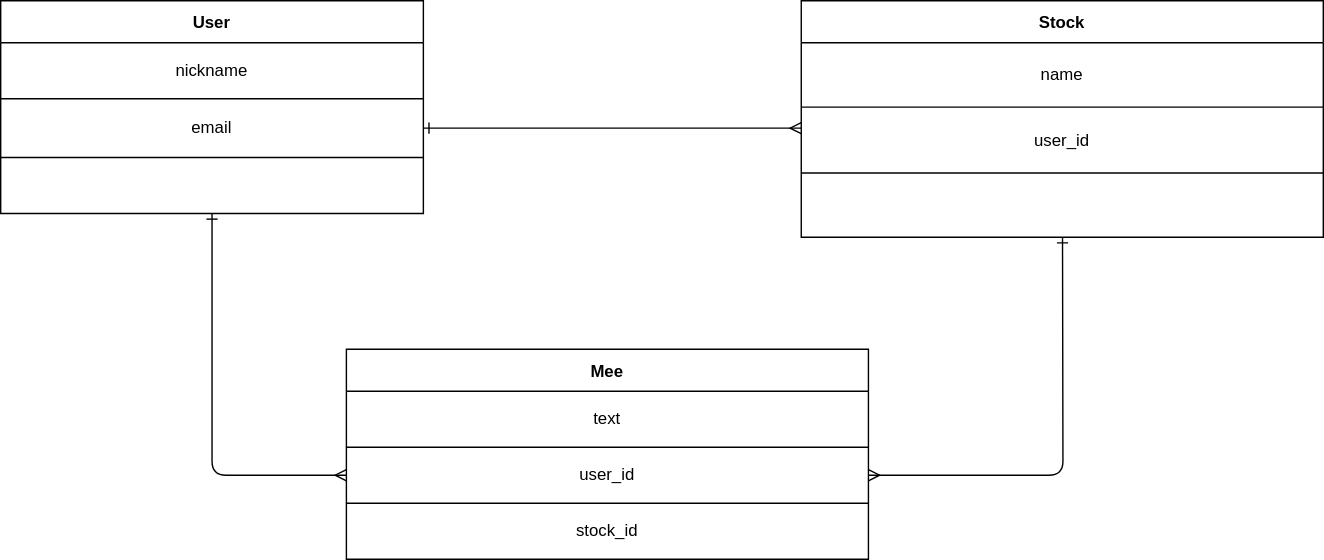
Before: ER図.svg, a diagram exported from draw.io (kijima-line/stome). Source tidied: cells renumbered, new cells last; positions are measured from the earlier drawing's top-left corner, leaving out a move shared by most shapes.
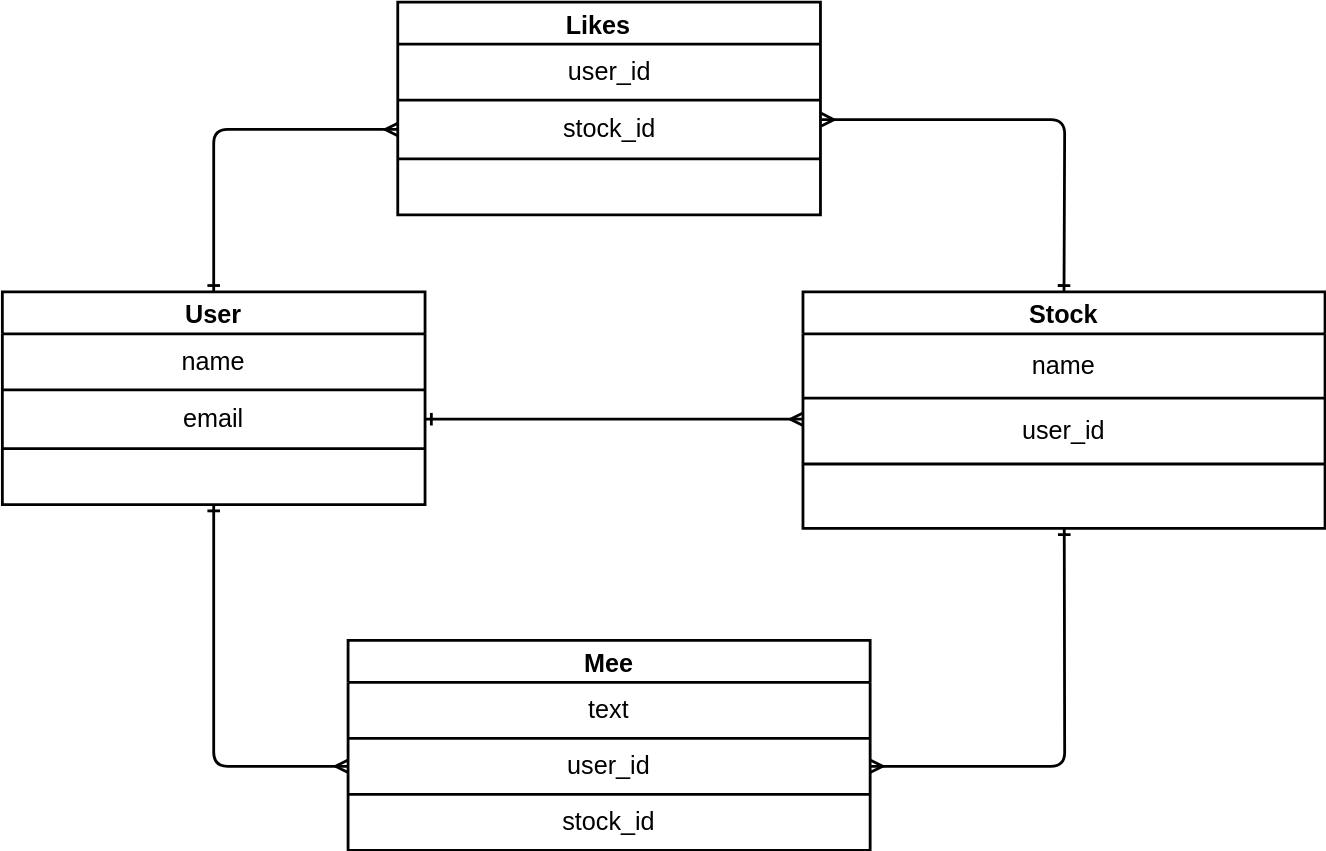
The same diagram one commit later.

What changed in the source:
```diff
@@ -2,85 +2,123 @@
   <root>
     <mxCell id="0" />
     <mxCell id="1" parent="0" />
-    <mxCell id="2" style="edgeStyle=none;html=1;entryX=0;entryY=0.5;entryDx=0;entryDy=0;fontColor=#000000;endArrow=ERmany;endFill=0;strokeColor=#000000;startArrow=ERone;startFill=0;" parent="1" edge="1" source="3" target="21">
+    <mxCell id="2" style="edgeStyle=none;html=1;entryX=0;entryY=0.5;entryDx=0;entryDy=0;fontColor=#000000;endArrow=ERmany;endFill=0;strokeColor=#000000;startArrow=ERone;startFill=0;strokeWidth=2;fontSize=18;" parent="1" edge="1" source="3" target="21">
       <mxGeometry relative="1" as="geometry">
         <Array as="points">
           <mxPoint x="151" y="339" />
         </Array>
       </mxGeometry>
     </mxCell>
-    <mxCell id="3" value="User" style="shape=table;startSize=30;fontStyle=1;align=center;strokeColor=#000000;" parent="1" vertex="1">
+    <mxCell id="3" value="User" style="shape=table;startSize=30;fontStyle=1;align=center;strokeColor=#000000;strokeWidth=2;fontSize=18;" parent="1" vertex="1">
       <mxGeometry width="302" height="152" as="geometry" />
     </mxCell>
-    <mxCell id="4" style="shape=partialRectangle;html=1;whiteSpace=wrap;fillColor=none;top=0;left=0;bottom=0;right=0;" parent="3" vertex="1">
+    <mxCell id="4" style="shape=partialRectangle;html=1;whiteSpace=wrap;fillColor=none;top=0;left=0;bottom=0;right=0;strokeWidth=2;fontSize=18;" parent="3" vertex="1">
       <mxGeometry y="30" width="302" height="40" as="geometry" />
     </mxCell>
-    <mxCell id="5" value="&lt;font color=&quot;#000000&quot;&gt;nickname&lt;/font&gt;" style="shape=partialRectangle;html=1;whiteSpace=wrap;fillColor=none;top=0;left=0;bottom=0;right=0;overflow=hidden;" parent="4" vertex="1">
+    <mxCell id="5" value="&lt;font color=&quot;#000000&quot; style=&quot;font-size: 18px&quot;&gt;name&lt;/font&gt;" style="shape=partialRectangle;html=1;whiteSpace=wrap;fillColor=none;top=0;left=0;bottom=0;right=0;overflow=hidden;strokeWidth=2;fontSize=18;" parent="4" vertex="1">
       <mxGeometry width="302" height="40" as="geometry" />
     </mxCell>
-    <mxCell id="6" style="shape=partialRectangle;html=1;whiteSpace=wrap;fillColor=none;top=0;left=0;bottom=0;right=0;points=[[0,0.5],[1,0.5]];portConstraint=eastwest;" parent="3" vertex="1">
+    <mxCell id="6" style="shape=partialRectangle;html=1;whiteSpace=wrap;fillColor=none;top=0;left=0;bottom=0;right=0;points=[[0,0.5],[1,0.5]];portConstraint=eastwest;strokeWidth=2;fontSize=18;" parent="3" vertex="1">
       <mxGeometry y="70" width="302" height="42" as="geometry" />
     </mxCell>
-    <mxCell id="7" value="&lt;font color=&quot;#000000&quot;&gt;email&lt;/font&gt;" style="shape=partialRectangle;html=1;whiteSpace=wrap;fillColor=none;top=0;left=0;bottom=0;right=0;overflow=hidden;" parent="6" vertex="1">
+    <mxCell id="7" value="&lt;font color=&quot;#000000&quot; style=&quot;font-size: 18px;&quot;&gt;email&lt;/font&gt;" style="shape=partialRectangle;html=1;whiteSpace=wrap;fillColor=none;top=0;left=0;bottom=0;right=0;overflow=hidden;strokeWidth=2;fontSize=18;" parent="6" vertex="1">
       <mxGeometry width="302" height="42" as="geometry" />
     </mxCell>
-    <mxCell id="8" style="shape=partialRectangle;html=1;whiteSpace=wrap;fillColor=none;top=0;left=0;bottom=0;right=0;" parent="3" vertex="1">
+    <mxCell id="8" style="shape=partialRectangle;html=1;whiteSpace=wrap;fillColor=none;top=0;left=0;bottom=0;right=0;strokeWidth=2;fontSize=18;" parent="3" vertex="1">
       <mxGeometry y="112" width="302" height="40" as="geometry" />
     </mxCell>
-    <mxCell id="9" style="shape=partialRectangle;html=1;whiteSpace=wrap;fillColor=none;top=0;left=0;bottom=0;right=0;overflow=hidden;" parent="8" vertex="1">
+    <mxCell id="9" style="shape=partialRectangle;html=1;whiteSpace=wrap;fillColor=none;top=0;left=0;bottom=0;right=0;overflow=hidden;strokeWidth=2;fontSize=18;" parent="8" vertex="1">
       <mxGeometry width="302" height="40" as="geometry" />
     </mxCell>
-    <mxCell id="10" style="edgeStyle=none;html=1;entryX=1;entryY=0.5;entryDx=0;entryDy=0;fontColor=#000000;endArrow=ERmany;endFill=0;strokeColor=#000000;startArrow=ERone;startFill=0;" parent="1" edge="1" source="11" target="21">
+    <mxCell id="10" style="edgeStyle=none;html=1;entryX=1;entryY=0.5;entryDx=0;entryDy=0;fontColor=#000000;endArrow=ERmany;endFill=0;strokeColor=#000000;startArrow=ERone;startFill=0;strokeWidth=2;fontSize=18;" parent="1" edge="1" source="11" target="21">
       <mxGeometry relative="1" as="geometry">
         <Array as="points">
           <mxPoint x="759" y="339" />
         </Array>
       </mxGeometry>
     </mxCell>
+    <mxCell id="26" style="edgeStyle=none;html=1;exitX=0.5;exitY=0;exitDx=0;exitDy=0;entryX=1.012;entryY=0.025;entryDx=0;entryDy=0;entryPerimeter=0;fontSize=18;fontColor=#000000;" parent="1" edge="1" source="11">
+      <mxGeometry relative="1" as="geometry" />
+    </mxCell>
-    <mxCell id="11" value="Stock" style="shape=table;startSize=30;fontStyle=1;align=center;strokeColor=#000000;" parent="1" vertex="1">
+    <mxCell id="11" value="Stock" style="shape=table;startSize=30;fontStyle=1;align=center;strokeColor=#000000;strokeWidth=2;fontSize=18;" parent="1" vertex="1">
       <mxGeometry x="572" width="373" height="169" as="geometry" />
     </mxCell>
-    <mxCell id="12" style="shape=partialRectangle;html=1;whiteSpace=wrap;fillColor=none;top=0;left=0;bottom=0;right=0;" parent="11" vertex="1">
+    <mxCell id="12" style="shape=partialRectangle;html=1;whiteSpace=wrap;fillColor=none;top=0;left=0;bottom=0;right=0;strokeWidth=2;fontSize=18;" parent="11" vertex="1">
       <mxGeometry y="30" width="373" height="46" as="geometry" />
     </mxCell>
-    <mxCell id="13" value="&lt;font color=&quot;#000000&quot;&gt;name&lt;/font&gt;" style="shape=partialRectangle;html=1;whiteSpace=wrap;fillColor=none;top=0;left=0;bottom=0;right=0;overflow=hidden;" parent="12" vertex="1">
+    <mxCell id="13" value="&lt;font color=&quot;#000000&quot; style=&quot;font-size: 18px;&quot;&gt;name&lt;/font&gt;" style="shape=partialRectangle;html=1;whiteSpace=wrap;fillColor=none;top=0;left=0;bottom=0;right=0;overflow=hidden;strokeWidth=2;fontSize=18;" parent="12" vertex="1">
       <mxGeometry width="373" height="46" as="geometry" />
     </mxCell>
-    <mxCell id="14" style="shape=partialRectangle;html=1;whiteSpace=wrap;fillColor=none;top=0;left=0;bottom=0;right=0;points=[[0,0.5],[1,0.5]];portConstraint=eastwest;" parent="11" vertex="1">
+    <mxCell id="14" style="shape=partialRectangle;html=1;whiteSpace=wrap;fillColor=none;top=0;left=0;bottom=0;right=0;points=[[0,0.5],[1,0.5]];portConstraint=eastwest;strokeWidth=2;fontSize=18;" parent="11" vertex="1">
       <mxGeometry y="76" width="373" height="47" as="geometry" />
     </mxCell>
-    <mxCell id="15" value="&lt;font color=&quot;#000000&quot;&gt;user_id&lt;/font&gt;" style="shape=partialRectangle;html=1;whiteSpace=wrap;fillColor=none;top=0;left=0;bottom=0;right=0;overflow=hidden;" parent="14" vertex="1">
+    <mxCell id="15" value="&lt;font color=&quot;#000000&quot; style=&quot;font-size: 18px;&quot;&gt;user_id&lt;/font&gt;" style="shape=partialRectangle;html=1;whiteSpace=wrap;fillColor=none;top=0;left=0;bottom=0;right=0;overflow=hidden;strokeWidth=2;fontSize=18;" parent="14" vertex="1">
       <mxGeometry width="373" height="47" as="geometry" />
     </mxCell>
-    <mxCell id="16" style="shape=partialRectangle;html=1;whiteSpace=wrap;fillColor=none;top=0;left=0;bottom=0;right=0;" parent="11" vertex="1">
+    <mxCell id="16" style="shape=partialRectangle;html=1;whiteSpace=wrap;fillColor=none;top=0;left=0;bottom=0;right=0;strokeWidth=2;fontSize=18;" parent="11" vertex="1">
       <mxGeometry y="123" width="373" height="46" as="geometry" />
     </mxCell>
-    <mxCell id="17" style="shape=partialRectangle;html=1;whiteSpace=wrap;fillColor=none;top=0;left=0;bottom=0;right=0;overflow=hidden;" parent="16" vertex="1">
+    <mxCell id="17" style="shape=partialRectangle;html=1;whiteSpace=wrap;fillColor=none;top=0;left=0;bottom=0;right=0;overflow=hidden;strokeWidth=2;fontSize=18;" parent="16" vertex="1">
       <mxGeometry width="373" height="46" as="geometry" />
     </mxCell>
-    <mxCell id="18" value="Mee" style="shape=table;startSize=30;fontStyle=1;align=center;strokeColor=#000000;" parent="1" vertex="1">
+    <mxCell id="18" value="Mee" style="shape=table;startSize=30;fontStyle=1;align=center;strokeColor=#000000;strokeWidth=2;fontSize=18;" parent="1" vertex="1">
       <mxGeometry x="247" y="249" width="373" height="150" as="geometry" />
     </mxCell>
-    <mxCell id="19" style="shape=partialRectangle;html=1;whiteSpace=wrap;fillColor=none;top=0;left=0;bottom=0;right=0;" parent="18" vertex="1">
+    <mxCell id="19" style="shape=partialRectangle;html=1;whiteSpace=wrap;fillColor=none;top=0;left=0;bottom=0;right=0;strokeWidth=2;fontSize=18;" parent="18" vertex="1">
       <mxGeometry y="30" width="373" height="40" as="geometry" />
     </mxCell>
-    <mxCell id="20" value="&lt;font color=&quot;#000000&quot;&gt;text&lt;/font&gt;" style="shape=partialRectangle;html=1;whiteSpace=wrap;fillColor=none;top=0;left=0;bottom=0;right=0;overflow=hidden;" parent="19" vertex="1">
+    <mxCell id="20" value="&lt;font color=&quot;#000000&quot; style=&quot;font-size: 18px;&quot;&gt;text&lt;/font&gt;" style="shape=partialRectangle;html=1;whiteSpace=wrap;fillColor=none;top=0;left=0;bottom=0;right=0;overflow=hidden;strokeWidth=2;fontSize=18;" parent="19" vertex="1">
       <mxGeometry width="373" height="40" as="geometry" />
     </mxCell>
-    <mxCell id="21" style="shape=partialRectangle;html=1;whiteSpace=wrap;fillColor=none;top=0;left=0;bottom=0;right=0;points=[[0,0.5],[1,0.5]];portConstraint=eastwest;" parent="18" vertex="1">
+    <mxCell id="21" style="shape=partialRectangle;html=1;whiteSpace=wrap;fillColor=none;top=0;left=0;bottom=0;right=0;points=[[0,0.5],[1,0.5]];portConstraint=eastwest;strokeWidth=2;fontSize=18;" parent="18" vertex="1">
       <mxGeometry y="70" width="373" height="40" as="geometry" />
     </mxCell>
-    <mxCell id="22" value="&lt;font color=&quot;#000000&quot;&gt;user_id&lt;/font&gt;" style="shape=partialRectangle;html=1;whiteSpace=wrap;fillColor=none;top=0;left=0;bottom=0;right=0;overflow=hidden;" parent="21" vertex="1">
+    <mxCell id="22" value="&lt;font color=&quot;#000000&quot; style=&quot;font-size: 18px;&quot;&gt;user_id&lt;/font&gt;" style="shape=partialRectangle;html=1;whiteSpace=wrap;fillColor=none;top=0;left=0;bottom=0;right=0;overflow=hidden;strokeWidth=2;fontSize=18;" parent="21" vertex="1">
       <mxGeometry width="373" height="40" as="geometry" />
     </mxCell>
-    <mxCell id="23" style="shape=partialRectangle;html=1;whiteSpace=wrap;fillColor=none;top=0;left=0;bottom=0;right=0;" parent="18" vertex="1">
+    <mxCell id="23" style="shape=partialRectangle;html=1;whiteSpace=wrap;fillColor=none;top=0;left=0;bottom=0;right=0;strokeWidth=2;fontSize=18;" parent="18" vertex="1">
       <mxGeometry y="110" width="373" height="40" as="geometry" />
     </mxCell>
-    <mxCell id="24" value="&lt;font color=&quot;#000000&quot;&gt;stock_id&lt;/font&gt;" style="shape=partialRectangle;html=1;whiteSpace=wrap;fillColor=none;top=0;left=0;bottom=0;right=0;overflow=hidden;" parent="23" vertex="1">
+    <mxCell id="24" value="&lt;font color=&quot;#000000&quot; style=&quot;font-size: 18px;&quot;&gt;stock_id&lt;/font&gt;" style="shape=partialRectangle;html=1;whiteSpace=wrap;fillColor=none;top=0;left=0;bottom=0;right=0;overflow=hidden;strokeWidth=2;fontSize=18;" parent="23" vertex="1">
       <mxGeometry width="373" height="40" as="geometry" />
     </mxCell>
-    <mxCell id="25" style="edgeStyle=none;html=1;exitX=1;exitY=0.5;exitDx=0;exitDy=0;entryX=0;entryY=0.319;entryDx=0;entryDy=0;fontColor=#000000;endArrow=ERmany;endFill=0;strokeColor=#000000;entryPerimeter=0;startArrow=ERone;startFill=0;" parent="1" edge="1" source="6" target="14">
+    <mxCell id="25" style="edgeStyle=none;html=1;exitX=1;exitY=0.5;exitDx=0;exitDy=0;entryX=0;entryY=0.319;entryDx=0;entryDy=0;fontColor=#000000;endArrow=ERmany;endFill=0;strokeColor=#000000;entryPerimeter=0;startArrow=ERone;startFill=0;strokeWidth=2;fontSize=18;" parent="1" edge="1" source="6" target="14">
       <mxGeometry relative="1" as="geometry" />
     </mxCell>
+    <mxCell id="27" value="Likes   " style="shape=table;startSize=30;fontStyle=1;align=center;strokeColor=#000000;strokeWidth=2;fontSize=18;" parent="1" vertex="1">
+      <mxGeometry x="282.5" y="-207" width="302" height="152" as="geometry" />
+    </mxCell>
+    <mxCell id="28" style="shape=partialRectangle;html=1;whiteSpace=wrap;fillColor=none;top=0;left=0;bottom=0;right=0;strokeWidth=2;fontSize=18;" parent="27" vertex="1">
+      <mxGeometry y="30" width="302" height="40" as="geometry" />
+    </mxCell>
+    <mxCell id="29" value="&lt;font color=&quot;#000000&quot; style=&quot;font-size: 18px&quot;&gt;user_id&lt;/font&gt;" style="shape=partialRectangle;html=1;whiteSpace=wrap;fillColor=none;top=0;left=0;bottom=0;right=0;overflow=hidden;strokeWidth=2;fontSize=18;" parent="28" vertex="1">
+      <mxGeometry width="302" height="40" as="geometry" />
+    </mxCell>
+    <mxCell id="30" style="shape=partialRectangle;html=1;whiteSpace=wrap;fillColor=none;top=0;left=0;bottom=0;right=0;points=[[0,0.5],[1,0.5]];portConstraint=eastwest;strokeWidth=2;fontSize=18;" parent="27" vertex="1">
+      <mxGeometry y="70" width="302" height="42" as="geometry" />
+    </mxCell>
+    <mxCell id="31" value="&lt;font color=&quot;#000000&quot; style=&quot;font-size: 18px&quot;&gt;stock_id&lt;/font&gt;" style="shape=partialRectangle;html=1;whiteSpace=wrap;fillColor=none;top=0;left=0;bottom=0;right=0;overflow=hidden;strokeWidth=2;fontSize=18;" parent="30" vertex="1">
+      <mxGeometry width="302" height="42" as="geometry" />
+    </mxCell>
+    <mxCell id="32" style="shape=partialRectangle;html=1;whiteSpace=wrap;fillColor=none;top=0;left=0;bottom=0;right=0;strokeWidth=2;fontSize=18;" parent="27" vertex="1">
+      <mxGeometry y="112" width="302" height="40" as="geometry" />
+    </mxCell>
+    <mxCell id="33" style="shape=partialRectangle;html=1;whiteSpace=wrap;fillColor=none;top=0;left=0;bottom=0;right=0;overflow=hidden;strokeWidth=2;fontSize=18;" parent="32" vertex="1">
+      <mxGeometry width="302" height="40" as="geometry" />
+    </mxCell>
+    <mxCell id="34" style="edgeStyle=none;html=1;entryX=0;entryY=0.5;entryDx=0;entryDy=0;fontColor=#000000;endArrow=ERmany;endFill=0;strokeColor=#000000;startArrow=ERone;startFill=0;strokeWidth=2;fontSize=18;exitX=0.5;exitY=0;exitDx=0;exitDy=0;" parent="1" edge="1" source="3" target="30">
+      <mxGeometry relative="1" as="geometry">
+        <Array as="points">
+          <mxPoint x="151" y="-116" />
+        </Array>
+      </mxGeometry>
+    </mxCell>
+    <mxCell id="35" style="edgeStyle=none;html=1;entryX=1.002;entryY=0.333;entryDx=0;entryDy=0;fontColor=#000000;endArrow=ERmany;endFill=0;strokeColor=#000000;startArrow=ERone;startFill=0;strokeWidth=2;fontSize=18;exitX=0.5;exitY=0;exitDx=0;exitDy=0;entryPerimeter=0;" parent="1" edge="1" source="11" target="30">
+      <mxGeometry relative="1" as="geometry">
+        <Array as="points">
+          <mxPoint x="759" y="-123" />
+        </Array>
+      </mxGeometry>
+    </mxCell>
   </root>
 </mxGraphModel>
```
